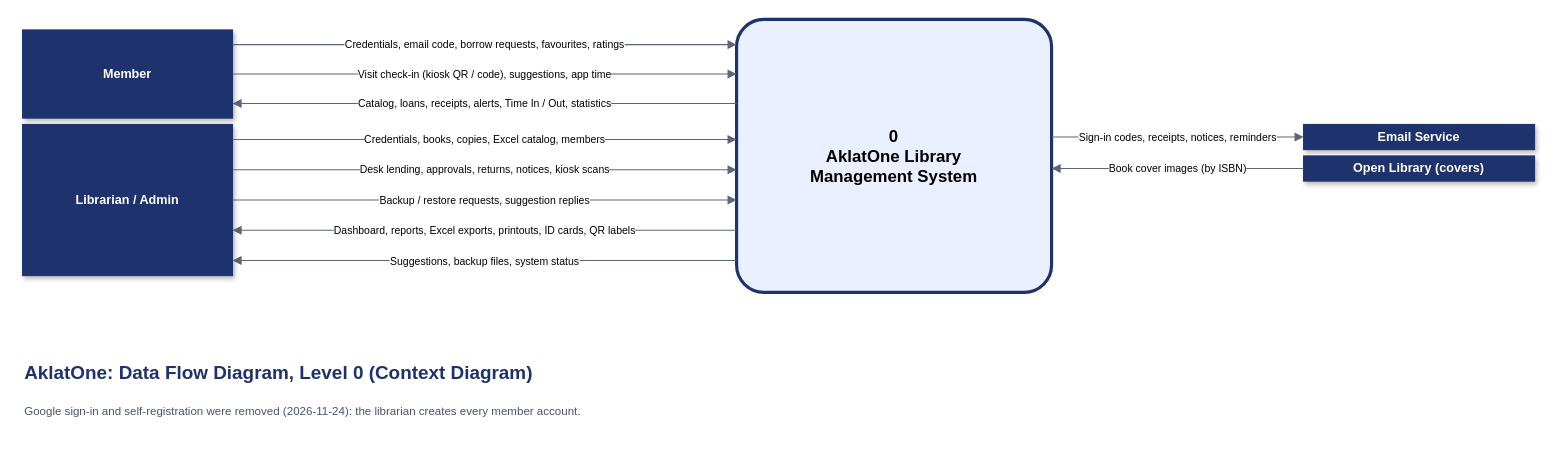
Flynchmore/TNHS-AklatOne keeps this draw.io diagram as page "DFD Level 0 - Context Diagram" (1 of 2) of docs/diagrams/AklatOne-DFD.drawio. Above is the earlier version. Source tidied: cells renumbered, new cells numbered last; positions are measured from the earlier drawing's top-left corner, leaving out a move shared by most shapes. Both pictures are drawn from the tidied source at 105%, with x=0, y=0 at pixel (22, 19).
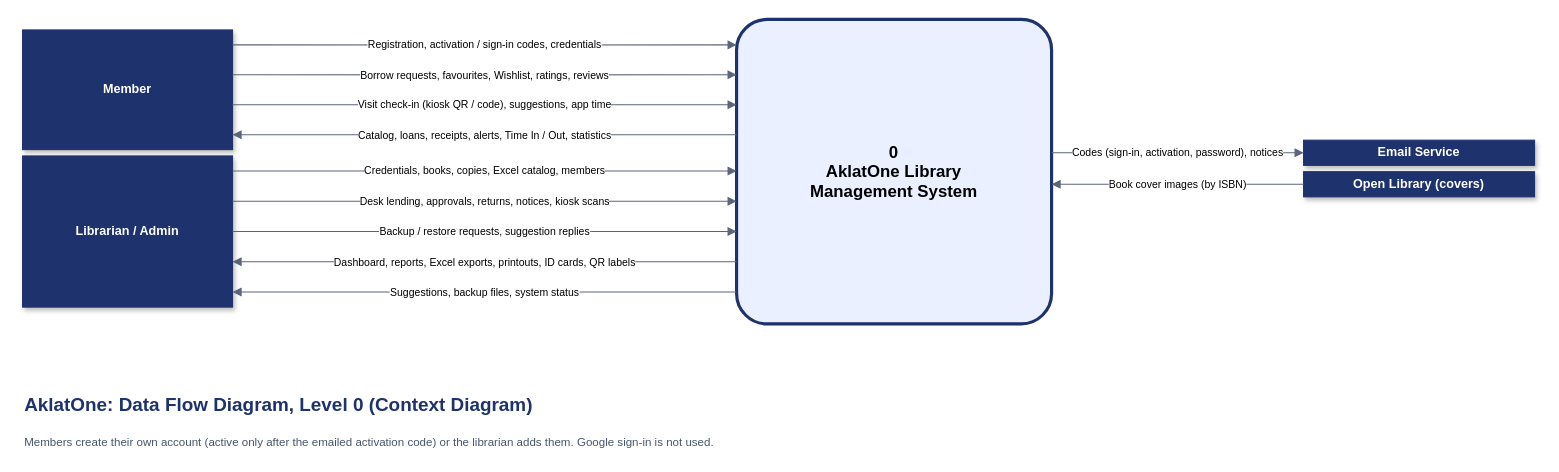
The same diagram, later.

Change to the diagram source:
```diff
@@
 <mxGraphModel>
   <root>
     <mxCell id="0" />
     <mxCell id="1" parent="0" />
     <mxCell id="2" value="&lt;b&gt;0&lt;br&gt;AklatOne Library&lt;br&gt;Management System&lt;/b&gt;" style="rounded=1;arcSize=10;whiteSpace=wrap;html=1;fillColor=#EAF0FF;strokeColor=#1E326D;strokeWidth=3;fontSize=16;fontStyle=1;" parent="1" vertex="1">
-      <mxGeometry x="680" width="300" height="260" as="geometry" />
+      <mxGeometry x="680" width="300" height="290" as="geometry" />
     </mxCell>
     <mxCell id="3" value="Member" style="rounded=0;whiteSpace=wrap;html=1;fillColor=#1E326D;fontColor=#FFFFFF;strokeColor=#1E326D;fontStyle=1;fontSize=12;shadow=1;" parent="1" vertex="1">
-      <mxGeometry y="10" width="200" height="84" as="geometry" />
+      <mxGeometry y="10" width="200" height="114" as="geometry" />
     </mxCell>
-    <mxCell id="4" value="Credentials, email code, borrow requests, favourites, ratings" style="edgeStyle=orthogonalEdgeStyle;rounded=0;html=1;endArrow=block;endFill=1;endSize=6;strokeColor=#5B6478;fontSize=10;labelBackgroundColor=#FFFFFF;exitX=1;exitY=0.16666666666666666;exitDx=0;exitDy=0;entryX=0;entryY=0.09230769230769231;entryDx=0;entryDy=0;" parent="1" edge="1" source="3" target="2">
+    <mxCell id="4" value="Registration, activation / sign-in codes, credentials" style="edgeStyle=orthogonalEdgeStyle;rounded=0;html=1;endArrow=block;endFill=1;endSize=6;strokeColor=#5B6478;fontSize=10;labelBackgroundColor=#FFFFFF;exitX=1;exitY=0.125;exitDx=0;exitDy=0;entryX=0;entryY=0.08362068965517241;entryDx=0;entryDy=0;" parent="1" edge="1" source="3" target="2">
       <mxGeometry relative="1" as="geometry" />
     </mxCell>
-    <mxCell id="5" value="Visit check-in (kiosk QR / code), suggestions, app time" style="edgeStyle=orthogonalEdgeStyle;rounded=0;html=1;endArrow=block;endFill=1;endSize=6;strokeColor=#5B6478;fontSize=10;labelBackgroundColor=#FFFFFF;exitX=1;exitY=0.5;exitDx=0;exitDy=0;entryX=0;entryY=0.2;entryDx=0;entryDy=0;" parent="1" edge="1" source="3" target="2">
+    <mxCell id="5" value="Borrow requests, favourites, Wishlist, ratings, reviews" style="edgeStyle=orthogonalEdgeStyle;rounded=0;html=1;endArrow=block;endFill=1;endSize=6;strokeColor=#5B6478;fontSize=10;labelBackgroundColor=#FFFFFF;exitX=1;exitY=0.375;exitDx=0;exitDy=0;entryX=0;entryY=0.18189655172413793;entryDx=0;entryDy=0;" parent="1" edge="1" source="3" target="2">
       <mxGeometry relative="1" as="geometry" />
     </mxCell>
-    <mxCell id="6" value="Catalog, loans, receipts, alerts, Time In / Out, statistics" style="edgeStyle=orthogonalEdgeStyle;rounded=0;html=1;endArrow=block;endFill=1;endSize=6;strokeColor=#5B6478;fontSize=10;labelBackgroundColor=#FFFFFF;exitX=0;exitY=0.3076923076923077;exitDx=0;exitDy=0;entryX=1;entryY=0.8333333333333334;entryDx=0;entryDy=0;" parent="1" edge="1" source="2" target="3">
+    <mxCell id="6" value="Visit check-in (kiosk QR / code), suggestions, app time" style="edgeStyle=orthogonalEdgeStyle;rounded=0;html=1;endArrow=block;endFill=1;endSize=6;strokeColor=#5B6478;fontSize=10;labelBackgroundColor=#FFFFFF;exitX=1;exitY=0.625;exitDx=0;exitDy=0;entryX=0;entryY=0.2801724137931034;entryDx=0;entryDy=0;" parent="1" edge="1" source="3" target="2">
       <mxGeometry relative="1" as="geometry" />
     </mxCell>
-    <mxCell id="7" value="Librarian / Admin" style="rounded=0;whiteSpace=wrap;html=1;fillColor=#1E326D;fontColor=#FFFFFF;strokeColor=#1E326D;fontStyle=1;fontSize=12;shadow=1;" parent="1" vertex="1">
-      <mxGeometry y="100" width="200" height="144" as="geometry" />
+    <mxCell id="7" value="Catalog, loans, receipts, alerts, Time In / Out, statistics" style="edgeStyle=orthogonalEdgeStyle;rounded=0;html=1;endArrow=block;endFill=1;endSize=6;strokeColor=#5B6478;fontSize=10;labelBackgroundColor=#FFFFFF;exitX=0;exitY=0.378448275862069;exitDx=0;exitDy=0;entryX=1;entryY=0.875;entryDx=0;entryDy=0;" parent="1" edge="1" source="2" target="3">
+      <mxGeometry relative="1" as="geometry" />
     </mxCell>
-    <mxCell id="8" value="Credentials, books, copies, Excel catalog, members" style="edgeStyle=orthogonalEdgeStyle;rounded=0;html=1;endArrow=block;endFill=1;endSize=6;strokeColor=#5B6478;fontSize=10;labelBackgroundColor=#FFFFFF;exitX=1;exitY=0.10000000000000003;exitDx=0;exitDy=0;entryX=0;entryY=0.44;entryDx=0;entryDy=0;" parent="1" edge="1" source="7" target="2">
-      <mxGeometry relative="1" as="geometry" />
+    <mxCell id="8" value="Librarian / Admin" style="rounded=0;whiteSpace=wrap;html=1;fillColor=#1E326D;fontColor=#FFFFFF;strokeColor=#1E326D;fontStyle=1;fontSize=12;shadow=1;" parent="1" vertex="1">
+      <mxGeometry y="130" width="200" height="144" as="geometry" />
     </mxCell>
-    <mxCell id="9" value="Desk lending, approvals, returns, notices, kiosk scans" style="edgeStyle=orthogonalEdgeStyle;rounded=0;html=1;endArrow=block;endFill=1;endSize=6;strokeColor=#5B6478;fontSize=10;labelBackgroundColor=#FFFFFF;exitX=1;exitY=0.29999999999999993;exitDx=0;exitDy=0;entryX=0;entryY=0.5507692307692307;entryDx=0;entryDy=0;" parent="1" edge="1" source="7" target="2">
+    <mxCell id="9" value="Credentials, books, copies, Excel catalog, members" style="edgeStyle=orthogonalEdgeStyle;rounded=0;html=1;endArrow=block;endFill=1;endSize=6;strokeColor=#5B6478;fontSize=10;labelBackgroundColor=#FFFFFF;exitX=1;exitY=0.10000000000000003;exitDx=0;exitDy=0;entryX=0;entryY=0.49793103448275866;entryDx=0;entryDy=0;" parent="1" edge="1" source="8" target="2">
       <mxGeometry relative="1" as="geometry" />
     </mxCell>
-    <mxCell id="10" value="Backup / restore requests, suggestion replies" style="edgeStyle=orthogonalEdgeStyle;rounded=0;html=1;endArrow=block;endFill=1;endSize=6;strokeColor=#5B6478;fontSize=10;labelBackgroundColor=#FFFFFF;exitX=1;exitY=0.5;exitDx=0;exitDy=0;entryX=0;entryY=0.6615384615384615;entryDx=0;entryDy=0;" parent="1" edge="1" source="7" target="2">
+    <mxCell id="10" value="Desk lending, approvals, returns, notices, kiosk scans" style="edgeStyle=orthogonalEdgeStyle;rounded=0;html=1;endArrow=block;endFill=1;endSize=6;strokeColor=#5B6478;fontSize=10;labelBackgroundColor=#FFFFFF;exitX=1;exitY=0.29999999999999993;exitDx=0;exitDy=0;entryX=0;entryY=0.5972413793103448;entryDx=0;entryDy=0;" parent="1" edge="1" source="8" target="2">
       <mxGeometry relative="1" as="geometry" />
     </mxCell>
-    <mxCell id="11" value="Dashboard, reports, Excel exports, printouts, ID cards, QR labels" style="edgeStyle=orthogonalEdgeStyle;rounded=0;html=1;endArrow=block;endFill=1;endSize=6;strokeColor=#5B6478;fontSize=10;labelBackgroundColor=#FFFFFF;exitX=0;exitY=0.7723076923076924;exitDx=0;exitDy=0;entryX=1;entryY=0.7000000000000001;entryDx=0;entryDy=0;" parent="1" edge="1" source="2" target="7">
+    <mxCell id="11" value="Backup / restore requests, suggestion replies" style="edgeStyle=orthogonalEdgeStyle;rounded=0;html=1;endArrow=block;endFill=1;endSize=6;strokeColor=#5B6478;fontSize=10;labelBackgroundColor=#FFFFFF;exitX=1;exitY=0.5;exitDx=0;exitDy=0;entryX=0;entryY=0.696551724137931;entryDx=0;entryDy=0;" parent="1" edge="1" source="8" target="2">
       <mxGeometry relative="1" as="geometry" />
     </mxCell>
-    <mxCell id="12" value="Suggestions, backup files, system status" style="edgeStyle=orthogonalEdgeStyle;rounded=0;html=1;endArrow=block;endFill=1;endSize=6;strokeColor=#5B6478;fontSize=10;labelBackgroundColor=#FFFFFF;exitX=0;exitY=0.8830769230769232;exitDx=0;exitDy=0;entryX=1;entryY=0.9000000000000001;entryDx=0;entryDy=0;" parent="1" edge="1" source="2" target="7">
+    <mxCell id="12" value="Dashboard, reports, Excel exports, printouts, ID cards, QR labels" style="edgeStyle=orthogonalEdgeStyle;rounded=0;html=1;endArrow=block;endFill=1;endSize=6;strokeColor=#5B6478;fontSize=10;labelBackgroundColor=#FFFFFF;exitX=0;exitY=0.7958620689655173;exitDx=0;exitDy=0;entryX=1;entryY=0.7000000000000001;entryDx=0;entryDy=0;" parent="1" edge="1" source="2" target="8">
       <mxGeometry relative="1" as="geometry" />
     </mxCell>
-    <mxCell id="13" value="Email Service" style="rounded=0;whiteSpace=wrap;html=1;fillColor=#1E326D;fontColor=#FFFFFF;strokeColor=#1E326D;fontStyle=1;fontSize=12;shadow=1;" parent="1" vertex="1">
-      <mxGeometry x="1220" y="100" width="220" height="24" as="geometry" />
+    <mxCell id="13" value="Suggestions, backup files, system status" style="edgeStyle=orthogonalEdgeStyle;rounded=0;html=1;endArrow=block;endFill=1;endSize=6;strokeColor=#5B6478;fontSize=10;labelBackgroundColor=#FFFFFF;exitX=0;exitY=0.8951724137931035;exitDx=0;exitDy=0;entryX=1;entryY=0.9000000000000001;entryDx=0;entryDy=0;" parent="1" edge="1" source="2" target="8">
+      <mxGeometry relative="1" as="geometry" />
     </mxCell>
-    <mxCell id="14" value="Sign-in codes, receipts, notices, reminders" style="edgeStyle=orthogonalEdgeStyle;rounded=0;html=1;endArrow=block;endFill=1;endSize=6;strokeColor=#5B6478;fontSize=10;labelBackgroundColor=#FFFFFF;exitX=1;exitY=0.4307692307692308;exitDx=0;exitDy=0;entryX=0;entryY=0.5;entryDx=0;entryDy=0;" parent="1" edge="1" source="2" target="13">
-      <mxGeometry relative="1" as="geometry" />
+    <mxCell id="14" value="Email Service" style="rounded=0;whiteSpace=wrap;html=1;fillColor=#1E326D;fontColor=#FFFFFF;strokeColor=#1E326D;fontStyle=1;fontSize=12;shadow=1;" parent="1" vertex="1">
+      <mxGeometry x="1220" y="115" width="220" height="24" as="geometry" />
     </mxCell>
-    <mxCell id="15" value="Open Library (covers)" style="rounded=0;whiteSpace=wrap;html=1;fillColor=#1E326D;fontColor=#FFFFFF;strokeColor=#1E326D;fontStyle=1;fontSize=12;shadow=1;" parent="1" vertex="1">
-      <mxGeometry x="1220" y="130" width="220" height="24" as="geometry" />
+    <mxCell id="15" value="Codes (sign-in, activation, password), notices" style="edgeStyle=orthogonalEdgeStyle;rounded=0;html=1;endArrow=block;endFill=1;endSize=6;strokeColor=#5B6478;fontSize=10;labelBackgroundColor=#FFFFFF;exitX=1;exitY=0.4379310344827586;exitDx=0;exitDy=0;entryX=0;entryY=0.5;entryDx=0;entryDy=0;" parent="1" edge="1" source="2" target="14">
+      <mxGeometry relative="1" as="geometry" />
     </mxCell>
-    <mxCell id="16" value="Book cover images (by ISBN)" style="edgeStyle=orthogonalEdgeStyle;rounded=0;html=1;endArrow=block;endFill=1;endSize=6;strokeColor=#5B6478;fontSize=10;labelBackgroundColor=#FFFFFF;exitX=0;exitY=0.5;exitDx=0;exitDy=0;entryX=1;entryY=0.5461538461538461;entryDx=0;entryDy=0;" parent="1" edge="1" source="15" target="2">
-      <mxGeometry relative="1" as="geometry" />
+    <mxCell id="16" value="Open Library (covers)" style="rounded=0;whiteSpace=wrap;html=1;fillColor=#1E326D;fontColor=#FFFFFF;strokeColor=#1E326D;fontStyle=1;fontSize=12;shadow=1;" parent="1" vertex="1">
+      <mxGeometry x="1220" y="145" width="220" height="24" as="geometry" />
     </mxCell>
-    <mxCell id="17" value="AklatOne: Data Flow Diagram, Level 0 (Context Diagram)" style="text;html=1;align=left;verticalAlign=middle;fontSize=18;fontStyle=1;fontColor=#1E326D;" parent="1" vertex="1">
-      <mxGeometry y="320" width="1200" height="34" as="geometry" />
+    <mxCell id="17" value="Book cover images (by ISBN)" style="edgeStyle=orthogonalEdgeStyle;rounded=0;html=1;endArrow=block;endFill=1;endSize=6;strokeColor=#5B6478;fontSize=10;labelBackgroundColor=#FFFFFF;exitX=0;exitY=0.5;exitDx=0;exitDy=0;entryX=1;entryY=0.5413793103448276;entryDx=0;entryDy=0;" parent="1" edge="1" source="16" target="2">
+      <mxGeometry relative="1" as="geometry" />
     </mxCell>
-    <mxCell id="18" value="Google sign-in and self-registration were removed (2026-11-24): the librarian creates every member account." style="text;html=1;align=left;verticalAlign=top;whiteSpace=wrap;fontSize=11;fontColor=#475569;" parent="1" vertex="1">
-      <mxGeometry y="360" width="1300" height="24" as="geometry" />
+    <mxCell id="18" value="AklatOne: Data Flow Diagram, Level 0 (Context Diagram)" style="text;html=1;align=left;verticalAlign=middle;fontSize=18;fontStyle=1;fontColor=#1E326D;" parent="1" vertex="1">
+      <mxGeometry y="350" width="1200" height="34" as="geometry" />
     </mxCell>
+    <mxCell id="19" value="Members create their own account (active only after the emailed activation code) or the librarian adds them. Google sign-in is not used." style="text;html=1;align=left;verticalAlign=top;whiteSpace=wrap;fontSize=11;fontColor=#475569;" parent="1" vertex="1">
+      <mxGeometry y="390" width="1300" height="24" as="geometry" />
+    </mxCell>
   </root>
 </mxGraphModel>
```
